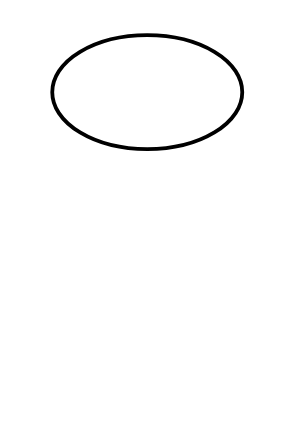
TamaMak/at1 keeps this draw.io diagram as Mechatronic Project Documentation.drawio. Above is the earlier version. Source tidied: cells renumbered, new cells numbered last; positions are measured from the earlier drawing's top-left corner, leaving out a move shared by most shapes. Both pictures are drawn from the tidied source at 190%, with x=0, y=0 at pixel (51, 34).
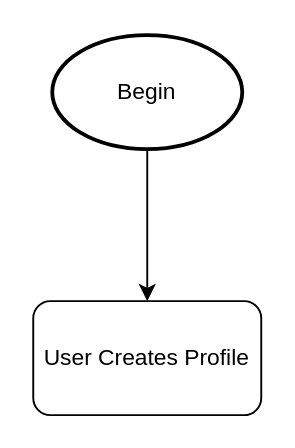
Above is the later version.

What changed in the source:
```diff
@@
 <mxGraphModel>
   <root>
     <mxCell id="0" />
     <mxCell id="1" parent="0" />
+    <mxCell id="3" style="edgeStyle=orthogonalEdgeStyle;rounded=0;jettySize=auto;html=1;" parent="1" edge="1" source="2">
+      <mxGeometry relative="1" as="geometry">
+        <mxPoint x="50" y="140" as="targetPoint" />
+      </mxGeometry>
+    </mxCell>
-    <mxCell id="2" style="strokeWidth=2;html=1;shape=mxgraph.flowchart.start_1;whiteSpace=wrap;" parent="1" vertex="1">
+    <mxCell id="2" value="Begin" style="strokeWidth=2;html=1;shape=mxgraph.flowchart.start_1;whiteSpace=wrap;" parent="1" vertex="1">
       <mxGeometry width="100" height="60" as="geometry" />
     </mxCell>
+    <mxCell id="4" value="User Creates Profile" style="rounded=1;whiteSpace=wrap;html=1;" parent="1" vertex="1">
+      <mxGeometry x="-10" y="140" width="120" height="60" as="geometry" />
+    </mxCell>
   </root>
 </mxGraphModel>
```
